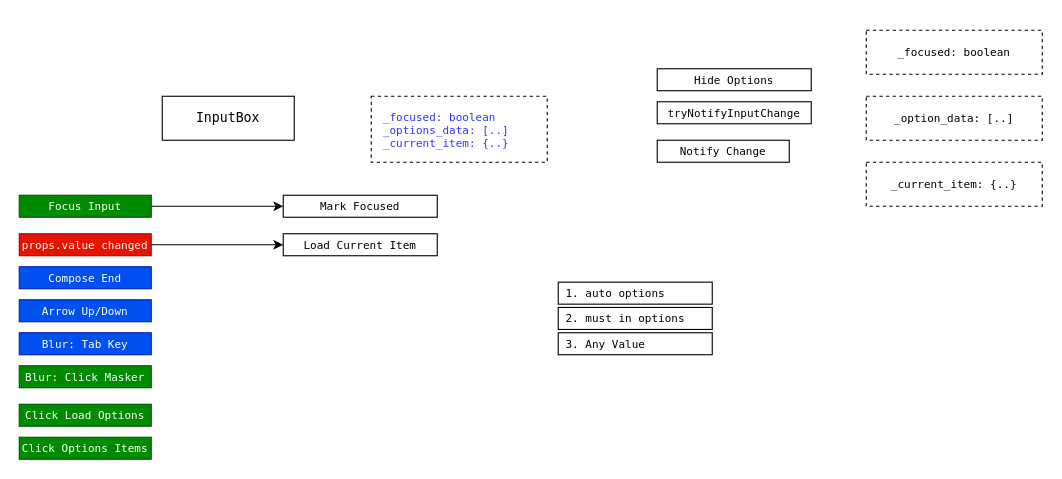
Before: src/lib/input/box3/_design/input-box3-events.drawio in site-zero/tijs, a draw.io diagram. Source tidied: cells renumbered, new cells numbered last; positions are measured from the earlier drawing's top-left corner, leaving out a move shared by most shapes. Both pictures are drawn from the tidied source at 110%, with x=0, y=0 at pixel (19, 30).
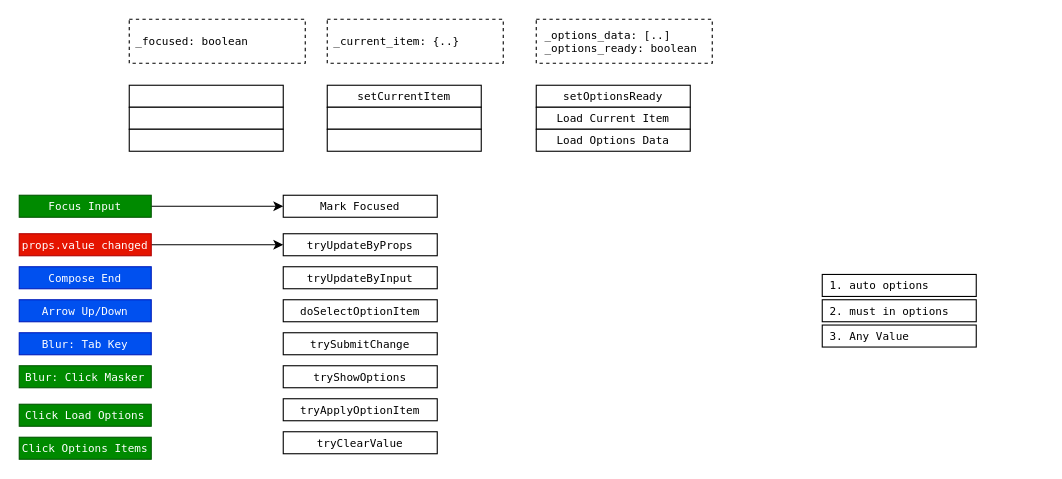
After the change.

Diff of the diagram source:
```diff
@@
-    <mxCell id="2" value="InputBox" style="rounded=0;whiteSpace=wrap;html=1;fontFamily=Lucida Console;fontStyle=0;" parent="1" vertex="1">
-      <mxGeometry x="130" y="60" width="120" height="40" as="geometry" />
-    </mxCell>
-    <mxCell id="3" value="&lt;div&gt;&lt;font style=&quot;color: rgb(51, 51, 255);&quot;&gt;_focused: boolean&lt;/font&gt;&lt;/div&gt;&lt;div&gt;&lt;font style=&quot;color: rgb(51, 51, 255);&quot;&gt;_options_data: [..]&lt;/font&gt;&lt;/div&gt;&lt;div&gt;&lt;font style=&quot;color: rgb(51, 51, 255);&quot;&gt;_current_item: {..}&lt;/font&gt;&lt;/div&gt;" style="rounded=0;whiteSpace=wrap;html=1;fontFamily=Lucida Console;fontStyle=0;align=left;spacing=11;spacingTop=2;fontSize=10;fontColor=#3333FF;dashed=1;" parent="1" vertex="1">
-      <mxGeometry x="320" y="60" width="160" height="60" as="geometry" />
-    </mxCell>
@@
-    <mxCell id="15" value="_focused: boolean" style="rounded=0;whiteSpace=wrap;html=1;fontFamily=Lucida Console;fontStyle=0;fontSize=10;dashed=1;strokeWidth=1;" parent="1" vertex="1">
-      <mxGeometry x="770" width="160" height="40" as="geometry" />
+    <mxCell id="15" value="_focused: boolean" style="rounded=0;whiteSpace=wrap;html=1;fontFamily=Lucida Console;fontStyle=0;fontSize=10;dashed=1;strokeWidth=1;align=left;spacingLeft=4;" parent="1" vertex="1">
+      <mxGeometry x="100" y="-10" width="160" height="40" as="geometry" />
     </mxCell>
-    <mxCell id="16" value="_option_data: [..]" style="rounded=0;whiteSpace=wrap;html=1;fontFamily=Lucida Console;fontStyle=0;fontSize=10;dashed=1;strokeWidth=1;" parent="1" vertex="1">
-      <mxGeometry x="770" y="60" width="160" height="40" as="geometry" />
+    <mxCell id="16" value="_options_data: [..]&lt;br&gt;_options_ready: boolean" style="rounded=0;whiteSpace=wrap;html=1;fontFamily=Lucida Console;fontStyle=0;fontSize=10;dashed=1;strokeWidth=1;align=left;spacingLeft=6;" parent="1" vertex="1">
+      <mxGeometry x="470" y="-10" width="160" height="40" as="geometry" />
     </mxCell>
-    <mxCell id="17" value="_current_item: {..}" style="rounded=0;whiteSpace=wrap;html=1;fontFamily=Lucida Console;fontStyle=0;fontSize=10;dashed=1;strokeWidth=1;" parent="1" vertex="1">
-      <mxGeometry x="770" y="120" width="160" height="40" as="geometry" />
+    <mxCell id="17" value="_current_item: {..}" style="rounded=0;whiteSpace=wrap;html=1;fontFamily=Lucida Console;fontStyle=0;fontSize=10;dashed=1;strokeWidth=1;spacingLeft=4;align=left;" parent="1" vertex="1">
+      <mxGeometry x="280" y="-10" width="160" height="40" as="geometry" />
     </mxCell>
-    <mxCell id="18" value="Notify Change" style="rounded=0;whiteSpace=wrap;html=1;fontFamily=Lucida Console;fontStyle=0;fontSize=10;" parent="1" vertex="1">
-      <mxGeometry x="580" y="100" width="120" height="20" as="geometry" />
-    </mxCell>
     <mxCell id="19" value="1. auto options" style="rounded=0;whiteSpace=wrap;html=1;fontFamily=Lucida Console;fontStyle=0;fontSize=10;align=left;spacingLeft=5;" parent="1" vertex="1">
-      <mxGeometry x="490" y="229" width="140" height="20" as="geometry" />
+      <mxGeometry x="730" y="222" width="140" height="20" as="geometry" />
     </mxCell>
-    <mxCell id="20" value="Load Current Item" style="rounded=0;whiteSpace=wrap;html=1;fontFamily=Lucida Console;fontStyle=0;fontSize=10;" parent="1" vertex="1">
+    <mxCell id="20" value="tryUpdateByProps" style="rounded=0;whiteSpace=wrap;html=1;fontFamily=Lucida Console;fontStyle=0;fontSize=10;" parent="1" vertex="1">
       <mxGeometry x="240" y="185" width="140" height="20" as="geometry" />
     </mxCell>
-    <mxCell id="21" value="tryNotifyInputChange" style="rounded=0;whiteSpace=wrap;html=1;fontFamily=Lucida Console;fontStyle=0;fontSize=10;" parent="1" vertex="1">
-      <mxGeometry x="580" y="65" width="140" height="20" as="geometry" />
-    </mxCell>
-    <mxCell id="22" value="Hide Options" style="rounded=0;whiteSpace=wrap;html=1;fontFamily=Lucida Console;fontStyle=0;fontSize=10;" parent="1" vertex="1">
-      <mxGeometry x="580" y="35" width="140" height="20" as="geometry" />
+    <mxCell id="22" value="setOptionsReady" style="rounded=0;whiteSpace=wrap;html=1;fontFamily=Lucida Console;fontStyle=0;fontSize=10;" parent="1" vertex="1">
+      <mxGeometry x="470" y="50" width="140" height="20" as="geometry" />
     </mxCell>
     <mxCell id="23" value="2. must in options" style="rounded=0;whiteSpace=wrap;html=1;fontFamily=Lucida Console;fontStyle=0;fontSize=10;align=left;spacingLeft=5;" parent="1" vertex="1">
-      <mxGeometry x="490" y="252" width="140" height="20" as="geometry" />
+      <mxGeometry x="730" y="245" width="140" height="20" as="geometry" />
     </mxCell>
     <mxCell id="24" value="3. Any Value" style="rounded=0;whiteSpace=wrap;html=1;fontFamily=Lucida Console;fontStyle=0;fontSize=10;align=left;spacingLeft=5;" parent="1" vertex="1">
-      <mxGeometry x="490" y="275" width="140" height="20" as="geometry" />
+      <mxGeometry x="730" y="268" width="140" height="20" as="geometry" />
     </mxCell>
+    <mxCell id="25" value="tryUpdateByInput" style="rounded=0;whiteSpace=wrap;html=1;fontFamily=Lucida Console;fontStyle=0;fontSize=10;" parent="1" vertex="1">
+      <mxGeometry x="240" y="215" width="140" height="20" as="geometry" />
+    </mxCell>
+    <mxCell id="26" value="Load Current Item" style="rounded=0;whiteSpace=wrap;html=1;fontFamily=Lucida Console;fontStyle=0;fontSize=10;" parent="1" vertex="1">
+      <mxGeometry x="470" y="70" width="140" height="20" as="geometry" />
+    </mxCell>
+    <mxCell id="27" value="doSelectOptionItem" style="rounded=0;whiteSpace=wrap;html=1;fontFamily=Lucida Console;fontStyle=0;fontSize=10;" parent="1" vertex="1">
+      <mxGeometry x="240" y="245" width="140" height="20" as="geometry" />
+    </mxCell>
+    <mxCell id="28" value="trySubmitChange" style="rounded=0;whiteSpace=wrap;html=1;fontFamily=Lucida Console;fontStyle=0;fontSize=10;" parent="1" vertex="1">
+      <mxGeometry x="240" y="275" width="140" height="20" as="geometry" />
+    </mxCell>
+    <mxCell id="29" value="tryShowOptions" style="rounded=0;whiteSpace=wrap;html=1;fontFamily=Lucida Console;fontStyle=0;fontSize=10;" parent="1" vertex="1">
+      <mxGeometry x="240" y="305" width="140" height="20" as="geometry" />
+    </mxCell>
+    <mxCell id="30" value="tryApplyOptionItem" style="rounded=0;whiteSpace=wrap;html=1;fontFamily=Lucida Console;fontStyle=0;fontSize=10;" parent="1" vertex="1">
+      <mxGeometry x="240" y="335" width="140" height="20" as="geometry" />
+    </mxCell>
+    <mxCell id="31" value="tryClearValue" style="rounded=0;whiteSpace=wrap;html=1;fontFamily=Lucida Console;fontStyle=0;fontSize=10;" parent="1" vertex="1">
+      <mxGeometry x="240" y="365" width="140" height="20" as="geometry" />
+    </mxCell>
+    <mxCell id="32" value="Load Options Data" style="rounded=0;whiteSpace=wrap;html=1;fontFamily=Lucida Console;fontStyle=0;fontSize=10;" parent="1" vertex="1">
+      <mxGeometry x="470" y="90" width="140" height="20" as="geometry" />
+    </mxCell>
+    <mxCell id="33" style="rounded=0;whiteSpace=wrap;html=1;fontFamily=Lucida Console;fontStyle=0;fontSize=10;" parent="1" vertex="1">
+      <mxGeometry x="100" y="50" width="140" height="20" as="geometry" />
+    </mxCell>
+    <mxCell id="34" style="rounded=0;whiteSpace=wrap;html=1;fontFamily=Lucida Console;fontStyle=0;fontSize=10;" parent="1" vertex="1">
+      <mxGeometry x="100" y="70" width="140" height="20" as="geometry" />
+    </mxCell>
+    <mxCell id="35" style="rounded=0;whiteSpace=wrap;html=1;fontFamily=Lucida Console;fontStyle=0;fontSize=10;" parent="1" vertex="1">
+      <mxGeometry x="100" y="90" width="140" height="20" as="geometry" />
+    </mxCell>
+    <mxCell id="36" value="setCurrentItem" style="rounded=0;whiteSpace=wrap;html=1;fontFamily=Lucida Console;fontStyle=0;fontSize=10;" parent="1" vertex="1">
+      <mxGeometry x="280" y="50" width="140" height="20" as="geometry" />
+    </mxCell>
+    <mxCell id="37" style="rounded=0;whiteSpace=wrap;html=1;fontFamily=Lucida Console;fontStyle=0;fontSize=10;" parent="1" vertex="1">
+      <mxGeometry x="280" y="70" width="140" height="20" as="geometry" />
+    </mxCell>
+    <mxCell id="38" style="rounded=0;whiteSpace=wrap;html=1;fontFamily=Lucida Console;fontStyle=0;fontSize=10;" parent="1" vertex="1">
+      <mxGeometry x="280" y="90" width="140" height="20" as="geometry" />
+    </mxCell>
```
